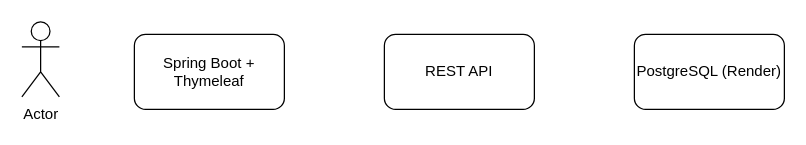
masaki-dream/InstrumentMaintenanceManageApp keeps this draw.io diagram as docs/architecture/InstrumentMaintenanceManageApp_システム構成図.drawio. Above is the earlier version. Source tidied: cells renumbered, new cells numbered last; positions are measured from the earlier drawing's top-left corner, leaving out a move shared by most shapes. Both pictures are drawn from the tidied source at 125%, with x=0, y=0 at pixel (21, 21).
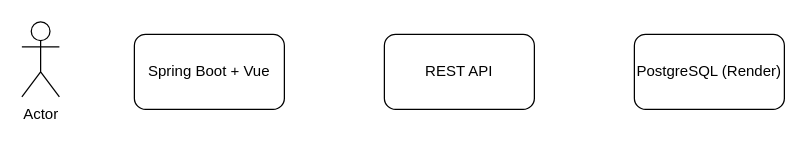
The same diagram, later.

Commit message (it also covers changes not shown here):
Vue構成に合わせてAPI設計とシステム構成図を更新

Diff of the diagram source:
```diff
@@
 <mxGraphModel>
   <root>
     <mxCell id="0" />
     <mxCell id="1" parent="0" />
     <mxCell id="2" value="Actor" style="shape=umlActor;verticalLabelPosition=bottom;verticalAlign=top;html=1;" parent="1" vertex="1">
       <mxGeometry width="30" height="60" as="geometry" />
     </mxCell>
-    <mxCell id="3" value="Spring Boot + Thymeleaf" style="rounded=1;whiteSpace=wrap;html=1;" parent="1" vertex="1">
+    <mxCell id="3" value="Spring Boot + Vue" style="rounded=1;whiteSpace=wrap;html=1;" parent="1" vertex="1">
       <mxGeometry x="90" y="10" width="120" height="60" as="geometry" />
     </mxCell>
     <mxCell id="4" value="REST API" style="rounded=1;whiteSpace=wrap;html=1;" parent="1" vertex="1">
       <mxGeometry x="290" y="10" width="120" height="60" as="geometry" />
     </mxCell>
     <mxCell id="5" value="PostgreSQL (Render)" style="rounded=1;whiteSpace=wrap;html=1;" parent="1" vertex="1">
       <mxGeometry x="490" y="10" width="120" height="60" as="geometry" />
     </mxCell>
   </root>
 </mxGraphModel>
```
